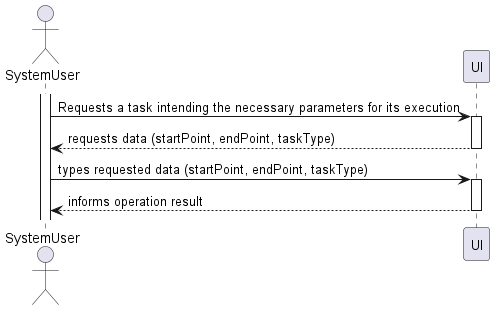
This is DOCS/sprintC/us460/Level 1/US460.png from 1211134PedroViana/SEM_PI_23-24_G14, a PlantUML export, as it was before one commit.
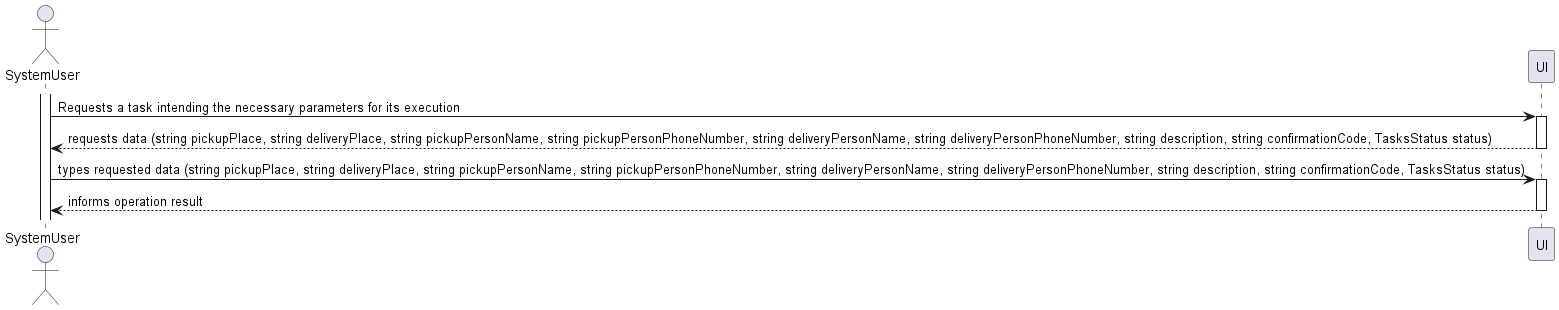
The same file after the commit.

What changed in the source:
```diff
@@ -4,9 +4,9 @@
 activate SystemUser
 SystemUser -> UI : Requests a task intending the necessary parameters for its execution
 activate UI
-UI --> SystemUser : requests data (startPoint, endPoint, taskType)
+UI --> SystemUser : requests data (string pickupPlace, string deliveryPlace, string pickupPersonName, string pickupPersonPhoneNumber, string deliveryPersonName, string deliveryPersonPhoneNumber, string description, string confirmationCode, TasksStatus status)
 deactivate UI
-SystemUser -> UI : types requested data (startPoint, endPoint, taskType)
+SystemUser -> UI : types requested data (string pickupPlace, string deliveryPlace, string pickupPersonName, string pickupPersonPhoneNumber, string deliveryPersonName, string deliveryPersonPhoneNumber, string description, string confirmationCode, TasksStatus status)
 activate UI
 UI --> SystemUser : informs operation result
 deactivate UI
```
